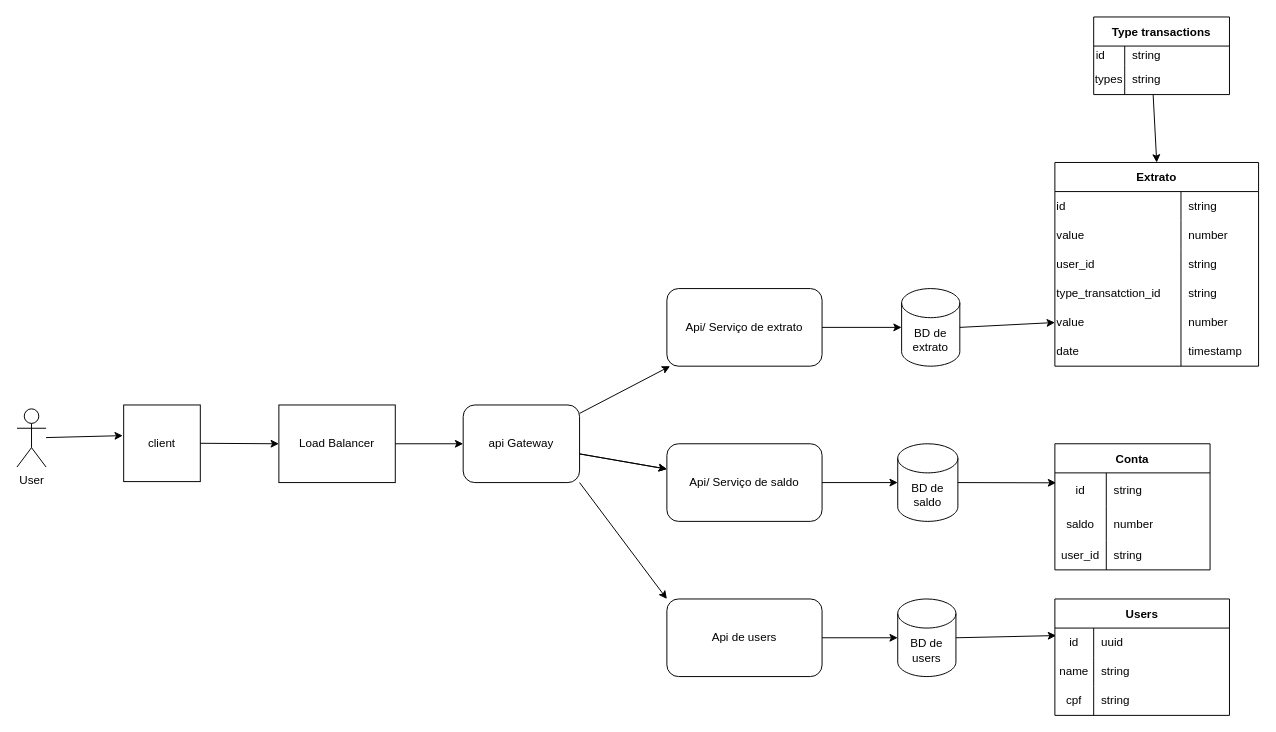
Earlier version of the draw.io diagram fluxogram.drawio (paulovaz1006/wallet-test). Source tidied: cells renumbered, new cells numbered last; positions are measured from the earlier drawing's top-left corner, leaving out a move shared by most shapes. Both pictures are drawn from the tidied source at 97%, with x=0, y=0 at pixel (16, 16).
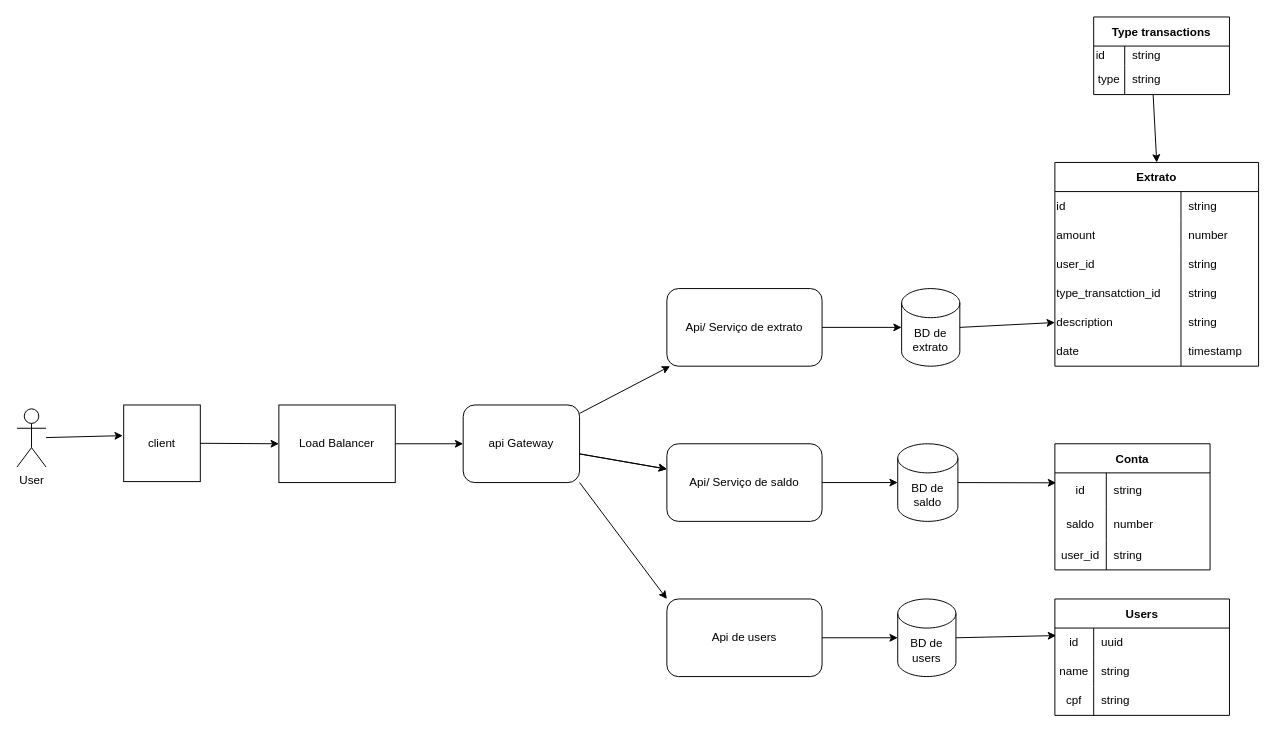
Above is the later version.

Unchanged cells that the change refers to:
```xml
<mxCell id="29" style="shape=tableRow;horizontal=0;startSize=0;swimlaneHead=0;swimlaneBody=0;top=0;left=0;bottom=0;right=0;fillColor=none;" parent="25" vertex="1">
  <mxGeometry y="60" width="210" height="30" as="geometry" />
</mxCell>
<mxCell id="38" style="shape=tableRow;horizontal=0;startSize=0;swimlaneHead=0;swimlaneBody=0;top=0;left=0;bottom=0;right=0;fillColor=none;points=[[0,0.5],[1,0.5]];portConstraint=eastwest;" parent="25" vertex="1">
  <mxGeometry y="150" width="210" height="30" as="geometry" />
</mxCell>
<mxCell id="48" style="shape=tableRow;horizontal=0;startSize=0;swimlaneHead=0;swimlaneBody=0;top=0;left=0;bottom=0;right=0;fillColor=none;points=[[0,0.5],[1,0.5]];portConstraint=eastwest;" parent="44" vertex="1">
  <mxGeometry y="50" width="140" height="30" as="geometry" />
</mxCell>
```

The edit, as a diff of the source:
```diff
@@
-    <mxCell id="30" value="value" style="shape=partialRectangle;html=1;whiteSpace=wrap;fillColor=none;top=0;left=0;bottom=0;right=0;overflow=hidden;align=left;" parent="29" vertex="1">
+    <mxCell id="30" value="amount" style="shape=partialRectangle;html=1;whiteSpace=wrap;fillColor=none;top=0;left=0;bottom=0;right=0;overflow=hidden;align=left;" parent="29" vertex="1">
       <mxGeometry width="130" height="30" as="geometry" />
     </mxCell>
@@
-    <mxCell id="39" value="value" style="shape=partialRectangle;html=1;whiteSpace=wrap;fillColor=none;top=0;left=0;bottom=0;right=0;overflow=hidden;align=left;" parent="38" vertex="1">
+    <mxCell id="39" value="description" style="shape=partialRectangle;html=1;whiteSpace=wrap;fillColor=none;top=0;left=0;bottom=0;right=0;overflow=hidden;align=left;" parent="38" vertex="1">
       <mxGeometry width="130" height="30" as="geometry" />
     </mxCell>
-    <mxCell id="40" value="number" style="shape=partialRectangle;html=1;whiteSpace=wrap;fillColor=none;top=0;left=0;bottom=0;right=0;align=left;spacingLeft=6;overflow=hidden;" parent="38" vertex="1">
+    <mxCell id="40" value="string" style="shape=partialRectangle;html=1;whiteSpace=wrap;fillColor=none;top=0;left=0;bottom=0;right=0;align=left;spacingLeft=6;overflow=hidden;" parent="38" vertex="1">
       <mxGeometry x="130" width="80" height="30" as="geometry" />
     </mxCell>
@@
-    <mxCell id="49" value="types" style="shape=partialRectangle;html=1;whiteSpace=wrap;fillColor=none;top=0;left=0;bottom=0;right=0;overflow=hidden;" parent="48" vertex="1">
+    <mxCell id="49" value="type" style="shape=partialRectangle;html=1;whiteSpace=wrap;fillColor=none;top=0;left=0;bottom=0;right=0;overflow=hidden;" parent="48" vertex="1">
       <mxGeometry width="32" height="30" as="geometry" />
     </mxCell>
```
